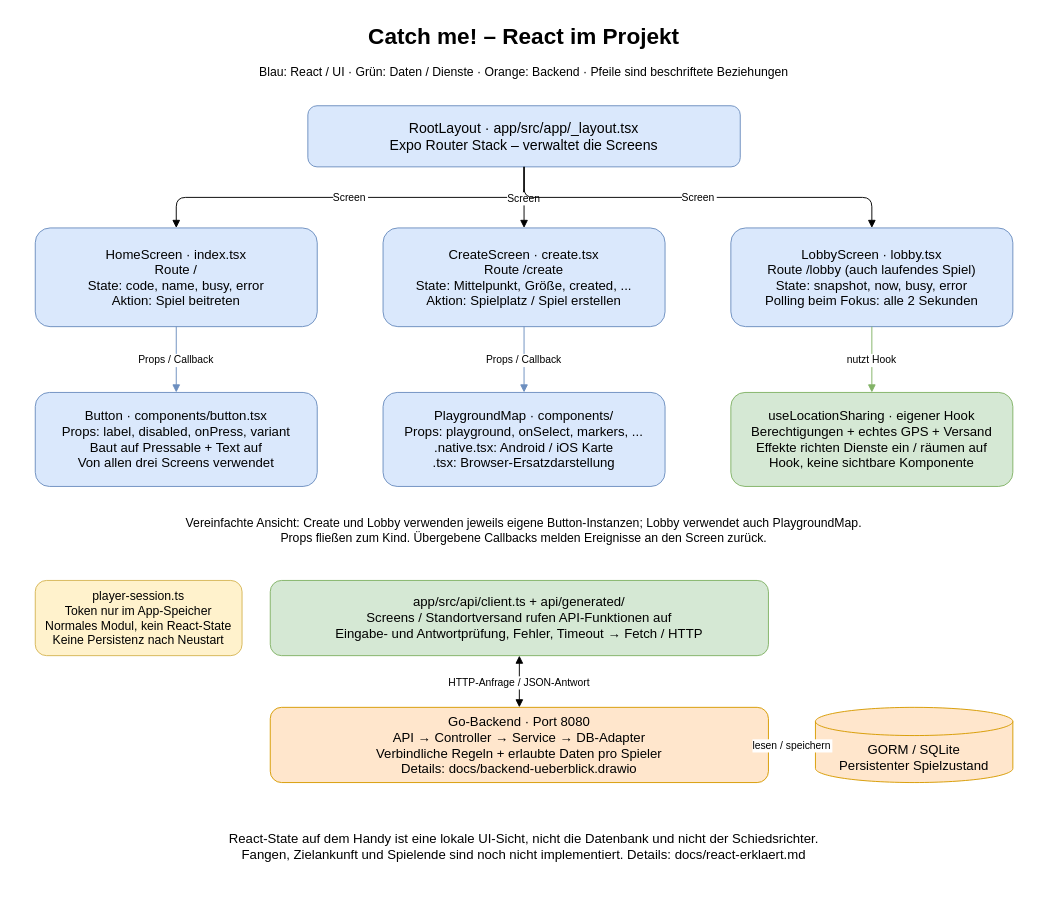
legorg/catch-me-app keeps this draw.io diagram as page "1 - Projektaufbau" (1 of 2) of docs/react-ueberblick.drawio. Above is the earlier version. Source tidied: cells renumbered, new cells numbered last; positions are measured from the earlier drawing's top-left corner, leaving out a move shared by most shapes. Both pictures are drawn from the tidied source at 94%, with x=0, y=0 at pixel (16, 16).
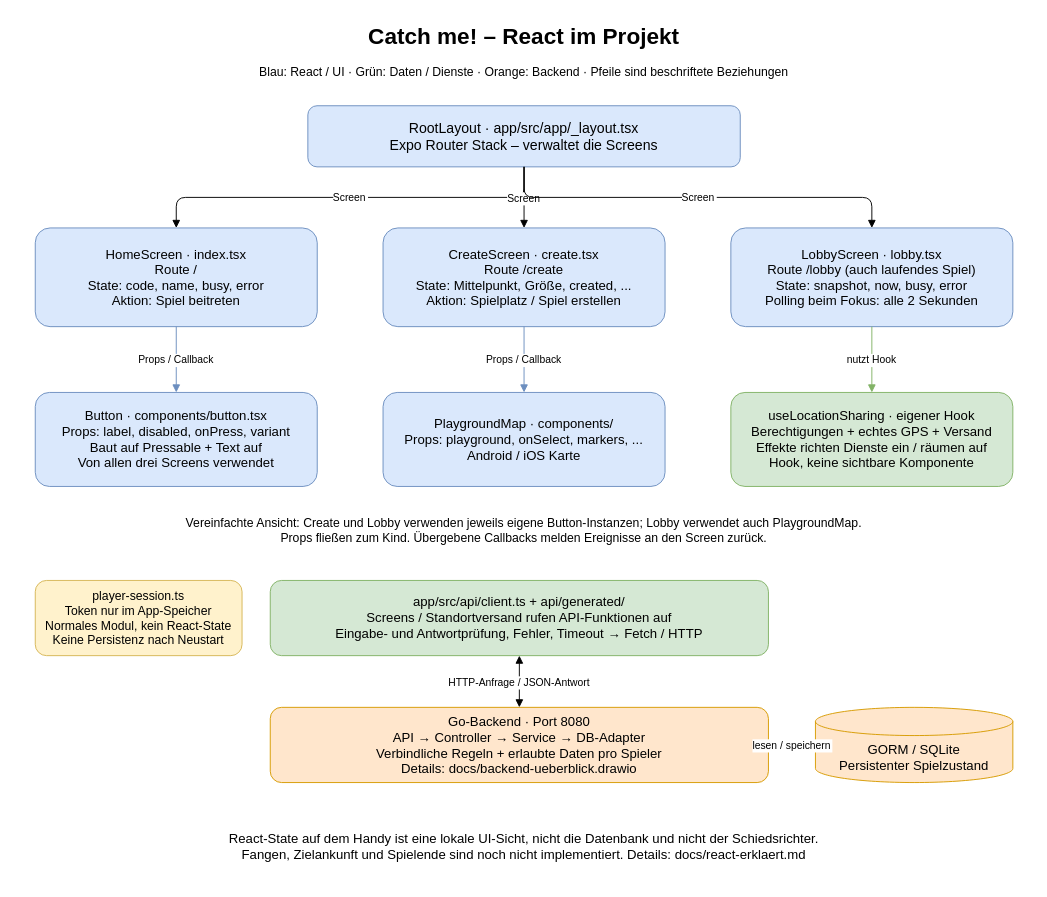
Above is the later version.

What changed in the source:
```diff
@@
-    <mxCell id="12" value="PlaygroundMap · components/&#10;Props: playground, onSelect, markers, ...&#10;.native.tsx: Android / iOS Karte&#10;.tsx: Browser-Ersatzdarstellung" style="rounded=1;whiteSpace=wrap;html=0;fillColor=#dae8fc;strokeColor=#6c8ebf;fontSize=14;" parent="1" vertex="1">
+    <mxCell id="12" value="PlaygroundMap · components/&#10;Props: playground, onSelect, markers, ...&#10;Android / iOS Karte" style="rounded=1;whiteSpace=wrap;html=0;fillColor=#dae8fc;strokeColor=#6c8ebf;fontSize=14;" parent="1" vertex="1">
       <mxGeometry x="390" y="400" width="300" height="100" as="geometry" />
     </mxCell>
```
